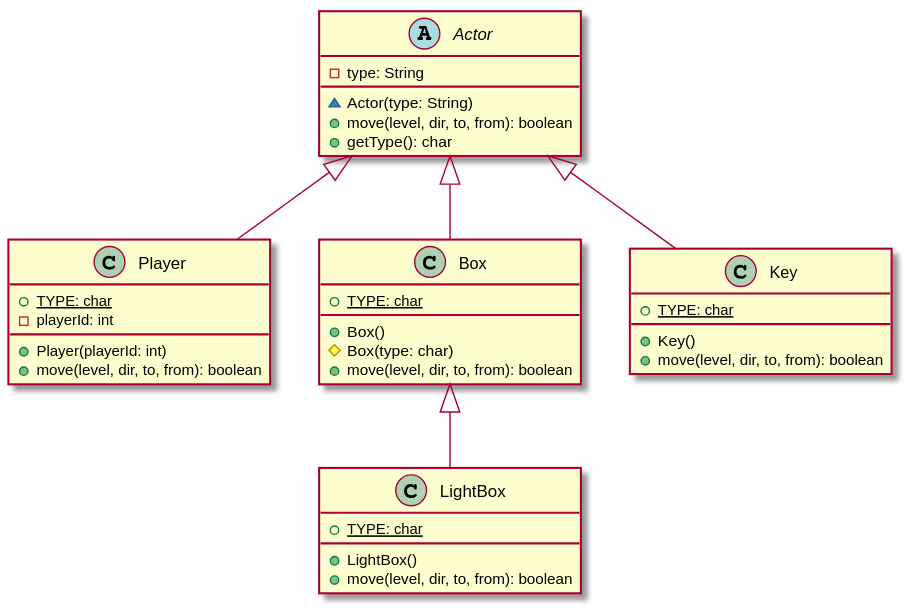
xploitedd/Sokoban keeps this PlantUML diagram as diagrams/Actors.svg. Above is the earlier version. Its diagram source:
```plantuml
@startuml
hide empty members

Actor <|-- Player
Actor <|-- Box
Actor <|-- Key
Box <|-- LightBox

abstract class Actor {
    -type: String
    ~Actor(type: String)
    +move(level, dir, to, from): boolean
    +getType(): char
}

class Player {
    +{static} TYPE: char
    -playerId: int
    +Player(playerId: int)
    +move(level, dir, to, from): boolean
}

class Box {
    +{static} TYPE: char
    +Box()
    #Box(type: char)
    +move(level, dir, to, from): boolean
}

class LightBox {
    +{static} TYPE: char
    +LightBox()
    +move(level, dir, to, from): boolean
}

class Key {
    +{static} TYPE: char
    +Key()
    +move(level, dir, to, from): boolean
}
@enduml
```
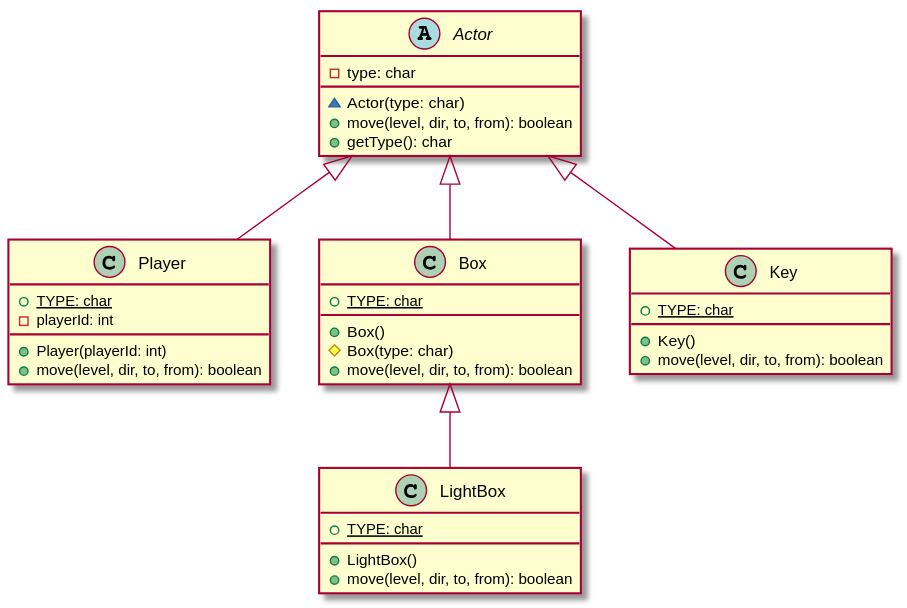
Above is the later version.

Change to the diagram source:
```diff
@@ -7,8 +7,8 @@
 Box <|-- LightBox
 
 abstract class Actor {
-    -type: String
-    ~Actor(type: String)
+    -type: char
+    ~Actor(type: char)
     +move(level, dir, to, from): boolean
     +getType(): char
 }
```
